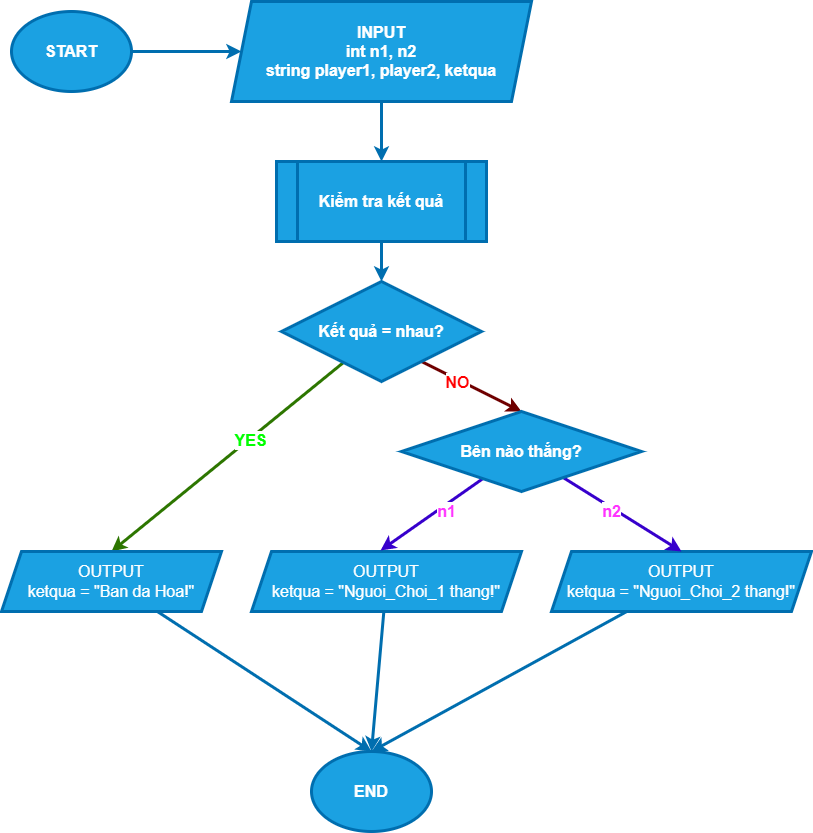
Before: Lab_2/Bai_2/FlowBai_2_2.drawio.png, a diagram exported from draw.io (MinkWungNe/NLNNLT). Source tidied: cells renumbered, new cells last; positions are measured from the earlier drawing's top-left corner, leaving out a move shared by most shapes.
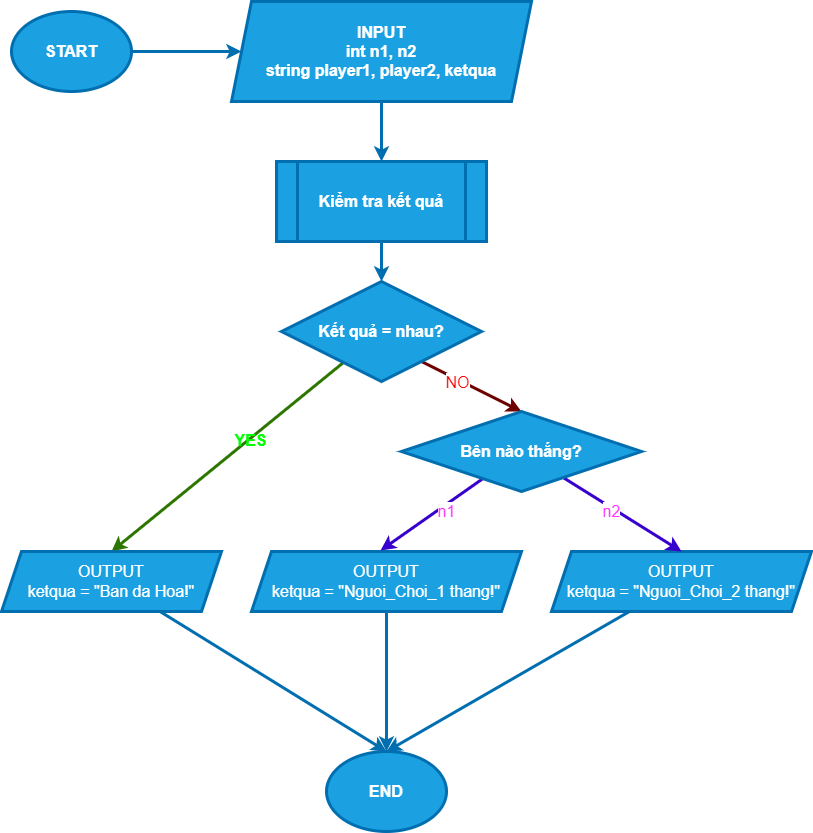
Above is the later version.

Commit message:
Enhance flowchart readability with color highlights

Diff of the diagram source:
```diff
@@ -25,13 +25,13 @@
         <mxPoint x="420" y="360" as="sourcePoint" />
       </mxGeometry>
     </mxCell>
-    <mxCell id="9" value="NO" style="edgeLabel;html=1;align=center;verticalAlign=middle;fontSize=16;fontStyle=1;fontColor=#FF0000;" parent="8" vertex="1">
+    <mxCell id="9" value="NO" style="edgeLabel;html=1;align=center;verticalAlign=middle;fontSize=16;fontStyle=0;fontColor=#FF0000;" parent="8" vertex="1">
       <mxGeometry x="-0.26" y="-2" relative="1" as="geometry" />
     </mxCell>
     <mxCell id="10" style="edgeStyle=none;html=1;entryX=0.5;entryY=0;entryDx=0;entryDy=0;strokeWidth=3;fontSize=16;fillColor=#60a917;strokeColor=#2D7600;" parent="1" edge="1" source="12" target="24">
       <mxGeometry relative="1" as="geometry" />
     </mxCell>
-    <mxCell id="11" value="YES" style="edgeLabel;html=1;align=center;verticalAlign=middle;fontSize=16;fontColor=#00FF00;fontStyle=1;" parent="10" vertex="1">
+    <mxCell id="11" value="YES" style="edgeLabel;html=1;align=center;verticalAlign=middle;fontSize=16;fontColor=#00FF00;fontStyle=1;labelBackgroundColor=none;" parent="10" vertex="1">
       <mxGeometry x="-0.18" y="1" relative="1" as="geometry" />
     </mxCell>
     <mxCell id="12" value="Kết quả = nhau?" style="rhombus;whiteSpace=wrap;html=1;strokeWidth=3;fontSize=16;fontStyle=1;fillColor=#1ba1e2;fontColor=#ffffff;strokeColor=#006EAF;" parent="1" vertex="1">
@@ -52,13 +52,13 @@
     <mxCell id="17" style="edgeStyle=none;html=1;strokeWidth=3;fontSize=16;entryX=0.478;entryY=-0.017;entryDx=0;entryDy=0;entryPerimeter=0;fillColor=#6a00ff;strokeColor=#3700CC;" parent="1" edge="1" source="21" target="14">
       <mxGeometry relative="1" as="geometry" />
     </mxCell>
-    <mxCell id="18" value="n1" style="edgeLabel;html=1;align=center;verticalAlign=middle;fontSize=16;fontColor=#FF33FF;fontStyle=1;" parent="17" vertex="1">
+    <mxCell id="18" value="n1" style="edgeLabel;html=1;align=center;verticalAlign=middle;fontSize=16;fontColor=#FF33FF;fontStyle=0;" parent="17" vertex="1">
       <mxGeometry x="-0.22" y="5" relative="1" as="geometry" />
     </mxCell>
     <mxCell id="19" style="edgeStyle=none;html=1;entryX=0.5;entryY=0;entryDx=0;entryDy=0;strokeWidth=3;fontSize=16;fillColor=#6a00ff;strokeColor=#3700CC;" parent="1" edge="1" source="21" target="16">
       <mxGeometry relative="1" as="geometry" />
     </mxCell>
-    <mxCell id="20" value="n2" style="edgeLabel;html=1;align=center;verticalAlign=middle;fontSize=16;fontColor=#FF33FF;fontStyle=1;" parent="19" vertex="1">
+    <mxCell id="20" value="n2" style="edgeLabel;html=1;align=center;verticalAlign=middle;fontSize=16;fontColor=#FF33FF;fontStyle=0;" parent="19" vertex="1">
       <mxGeometry x="-0.32" relative="1" as="geometry">
         <mxPoint x="8" y="9" as="offset" />
       </mxGeometry>
@@ -67,7 +67,7 @@
       <mxGeometry x="400" y="410" width="240" height="80" as="geometry" />
     </mxCell>
     <mxCell id="22" value="END" style="ellipse;whiteSpace=wrap;html=1;strokeWidth=3;fontSize=16;fillColor=#1ba1e2;fontColor=#ffffff;strokeColor=#006EAF;fontStyle=1;" parent="1" vertex="1">
-      <mxGeometry x="310" y="750" width="120" height="80" as="geometry" />
+      <mxGeometry x="325" y="750" width="120" height="80" as="geometry" />
     </mxCell>
     <mxCell id="23" style="edgeStyle=none;html=1;entryX=0.5;entryY=0;entryDx=0;entryDy=0;strokeWidth=3;fontSize=16;fillColor=#1ba1e2;strokeColor=#006EAF;" parent="1" edge="1" source="24" target="22">
       <mxGeometry relative="1" as="geometry" />
```
